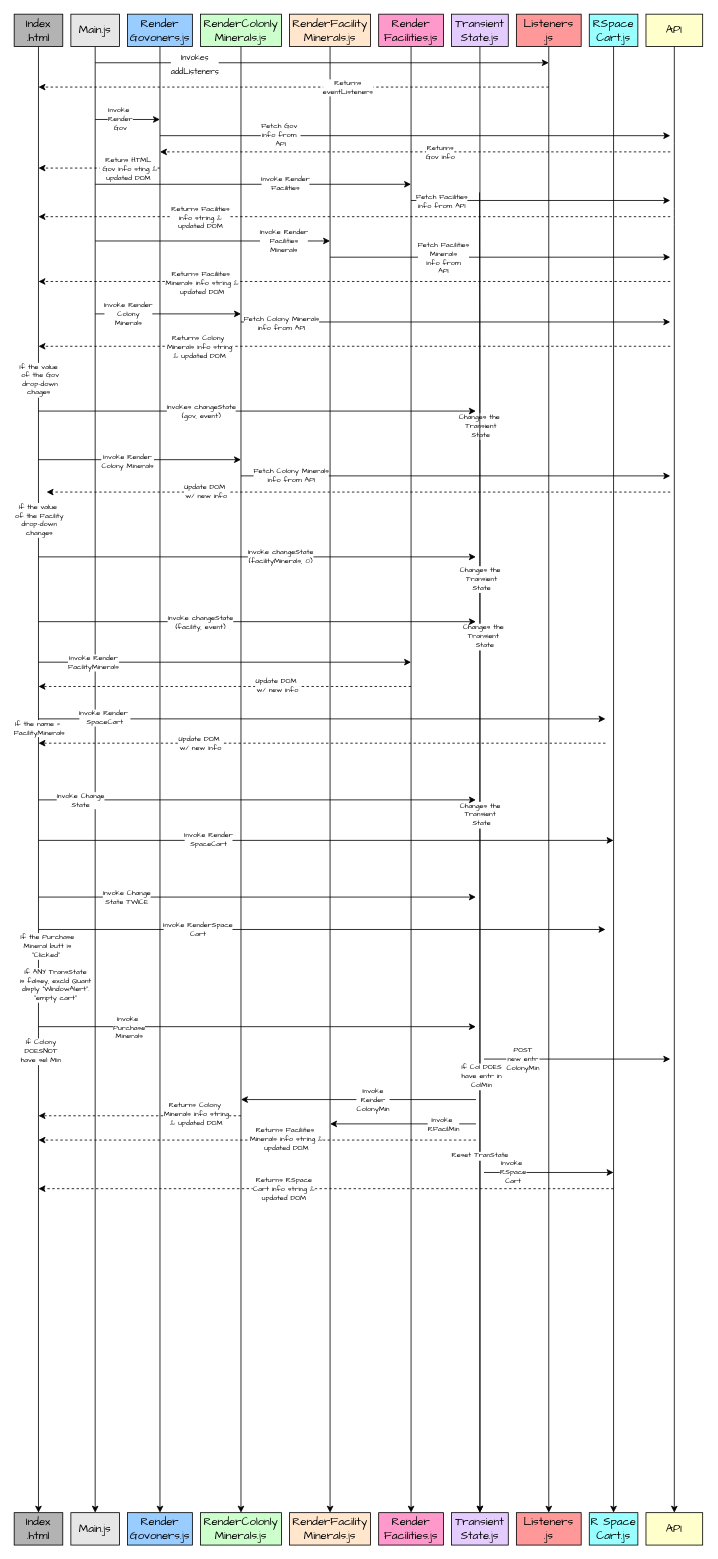
NSS-Day-Cohort-73/Exomine-client-rexuby keeps this draw.io diagram as scripts/SeqDiagram.drawio. Above is the earlier version. Source tidied: cells renumbered, new cells numbered last; positions are measured from the earlier drawing's top-left corner, leaving out a move shared by most shapes. Both pictures are drawn from the tidied source at 81%, with x=0, y=0 at pixel (14, 14).
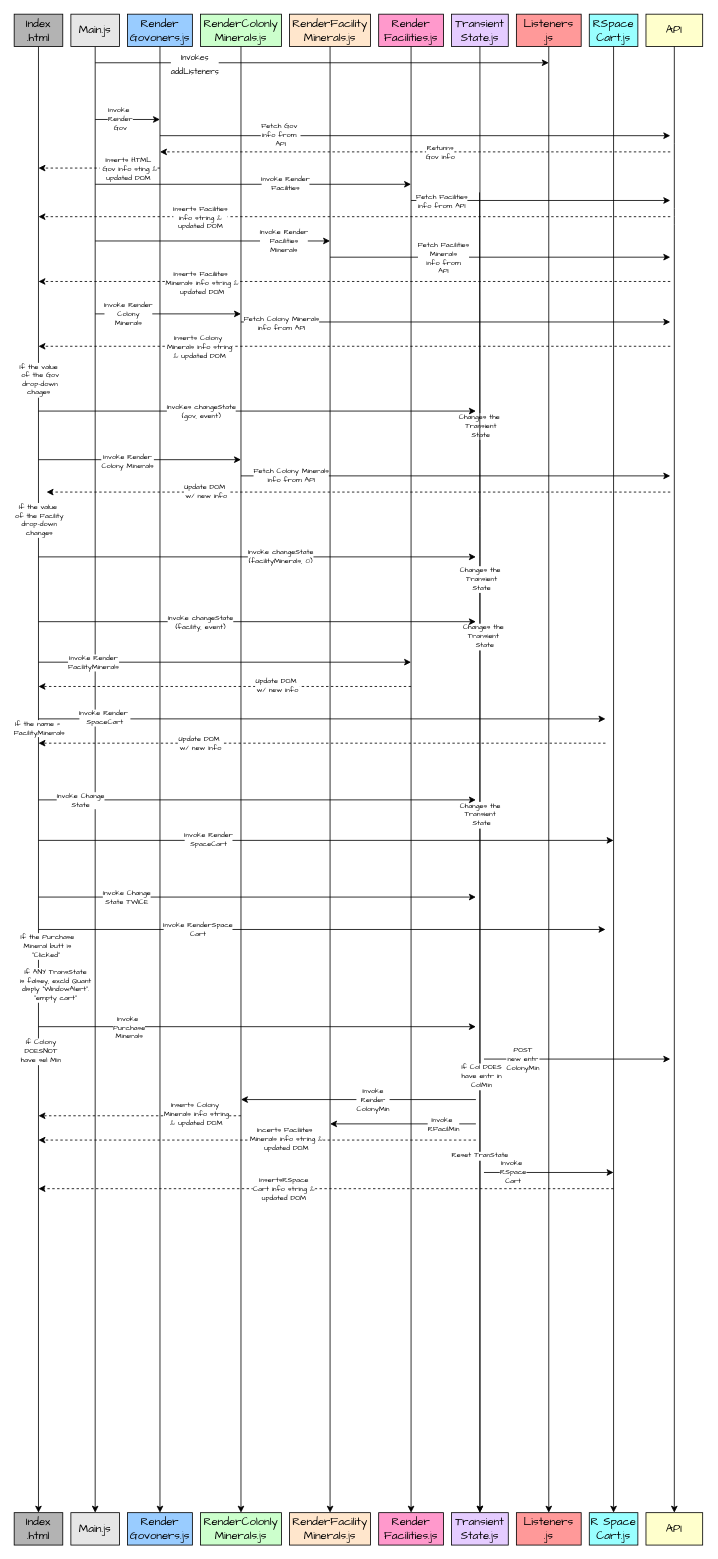
The same page after the edit.

Commit message (it also covers changes not shown here):
RenderFacilities module done

Unchanged cells that the change refers to:
```xml
<mxCell id="49" style="edgeStyle=none;orthogonalLoop=1;jettySize=auto;html=1;fontFamily=Comic Sans MS;fontSize=9;dashed=1;" parent="1" edge="1">
  <mxGeometry relative="1" as="geometry">
    <mxPoint x="180" y="190" as="sourcePoint" />
    <mxPoint x="30" y="190" as="targetPoint" />
  </mxGeometry>
</mxCell>
<mxCell id="55" style="edgeStyle=none;orthogonalLoop=1;jettySize=auto;html=1;dashed=1;fontFamily=Comic Sans MS;fontSize=9;" parent="1" edge="1">
  <mxGeometry relative="1" as="geometry">
    <mxPoint x="810" y="250" as="sourcePoint" />
    <mxPoint x="30" y="250" as="targetPoint" />
  </mxGeometry>
</mxCell>
<mxCell id="61" style="edgeStyle=none;orthogonalLoop=1;jettySize=auto;html=1;fontFamily=Comic Sans MS;fontSize=9;dashed=1;" parent="1" edge="1">
  <mxGeometry relative="1" as="geometry">
    <mxPoint x="810" y="330" as="sourcePoint" />
    <mxPoint x="30" y="330" as="targetPoint" />
  </mxGeometry>
</mxCell>
<mxCell id="67" style="edgeStyle=none;orthogonalLoop=1;jettySize=auto;html=1;fontFamily=Comic Sans MS;fontSize=9;dashed=1;" parent="1" edge="1">
  <mxGeometry relative="1" as="geometry">
    <mxPoint x="810" y="410" as="sourcePoint" />
    <mxPoint x="30" y="410" as="targetPoint" />
  </mxGeometry>
</mxCell>
<mxCell id="109" style="edgeStyle=none;orthogonalLoop=1;jettySize=auto;html=1;fontFamily=Comic Sans MS;fontSize=9;dashed=1;" parent="1" edge="1">
  <mxGeometry relative="1" as="geometry">
    <mxPoint x="280" y="1360" as="sourcePoint" />
    <mxPoint x="30" y="1360" as="targetPoint" />
  </mxGeometry>
</mxCell>
<mxCell id="113" style="edgeStyle=none;orthogonalLoop=1;jettySize=auto;html=1;fontFamily=Comic Sans MS;fontSize=9;dashed=1;" parent="1" edge="1">
  <mxGeometry relative="1" as="geometry">
    <mxPoint x="570" y="1390" as="sourcePoint" />
    <mxPoint x="30" y="1390" as="targetPoint" />
  </mxGeometry>
</mxCell>
<mxCell id="117" style="edgeStyle=none;orthogonalLoop=1;jettySize=auto;html=1;fontFamily=Comic Sans MS;fontSize=9;dashed=1;" parent="1" edge="1">
  <mxGeometry relative="1" as="geometry">
    <mxPoint x="740" y="1450" as="sourcePoint" />
    <mxPoint x="30" y="1450" as="targetPoint" />
  </mxGeometry>
</mxCell>
```

What changed in the source:
```diff
@@
-    <mxCell id="41" style="edgeStyle=none;orthogonalLoop=1;jettySize=auto;html=1;fontFamily=Comic Sans MS;fontSize=9;dashed=1;" parent="1" edge="1">
-      <mxGeometry relative="1" as="geometry">
-        <mxPoint x="660" y="90" as="sourcePoint" />
-        <mxPoint x="30" y="90" as="targetPoint" />
-      </mxGeometry>
-    </mxCell>
-    <mxCell id="42" value="Returns&lt;br&gt;eventListeners" style="edgeLabel;html=1;align=center;verticalAlign=middle;fontSize=9;fontFamily=Comic Sans MS;" parent="41" vertex="1">
-      <mxGeometry x="-0.15" relative="1" as="geometry">
-        <mxPoint x="19" as="offset" />
-      </mxGeometry>
-    </mxCell>
@@
-    <mxCell id="50" value="Retuns HTML&lt;br&gt;&amp;nbsp;Gov info sting &amp;amp;&lt;br&gt;updated DOM" style="edgeLabel;html=1;align=center;verticalAlign=middle;fontSize=9;fontFamily=Comic Sans MS;" parent="49" vertex="1">
+    <mxCell id="50" value="Inserts HTML&lt;br&gt;&amp;nbsp;Gov info sting &amp;amp;&lt;br&gt;updated DOM" style="edgeLabel;html=1;align=center;verticalAlign=middle;fontSize=9;fontFamily=Comic Sans MS;" parent="49" vertex="1">
       <mxGeometry x="0.5" y="1" relative="1" as="geometry">
         <mxPoint x="73" as="offset" />
       </mxGeometry>
     </mxCell>
@@
-    <mxCell id="56" value="Returns Facilities&lt;br&gt;info string &amp;amp;&lt;br&gt;updated DOM" style="edgeLabel;html=1;align=center;verticalAlign=middle;fontSize=9;fontFamily=Comic Sans MS;" parent="55" vertex="1">
+    <mxCell id="56" value="Inserts Facilities&lt;br&gt;info string &amp;amp;&lt;br&gt;updated DOM" style="edgeLabel;html=1;align=center;verticalAlign=middle;fontSize=9;fontFamily=Comic Sans MS;" parent="55" vertex="1">
       <mxGeometry x="0.52" y="1" relative="1" as="geometry">
         <mxPoint x="12" as="offset" />
       </mxGeometry>
     </mxCell>
@@
-    <mxCell id="62" value="Returns Faciliites&amp;nbsp;&lt;br&gt;Minerals info string &amp;amp;&lt;br&gt;updated DOM" style="edgeLabel;html=1;align=center;verticalAlign=middle;fontSize=9;fontFamily=Comic Sans MS;" parent="61" vertex="1">
+    <mxCell id="62" value="Inserts Faciliites&amp;nbsp;&lt;br&gt;Minerals info string &amp;amp;&lt;br&gt;updated DOM" style="edgeLabel;html=1;align=center;verticalAlign=middle;fontSize=9;fontFamily=Comic Sans MS;" parent="61" vertex="1">
       <mxGeometry x="0.51" y="2" relative="1" as="geometry">
         <mxPoint x="10" as="offset" />
       </mxGeometry>
     </mxCell>
@@
-    <mxCell id="68" value="Returns Colony&amp;nbsp;&lt;br&gt;Minerals info string&lt;br&gt;&amp;amp; updated DOM" style="edgeLabel;html=1;align=center;verticalAlign=middle;fontSize=9;fontFamily=Comic Sans MS;" parent="67" vertex="1">
+    <mxCell id="68" value="Inserts Colony&amp;nbsp;&lt;br&gt;Minerals info string&lt;br&gt;&amp;amp; updated DOM" style="edgeLabel;html=1;align=center;verticalAlign=middle;fontSize=9;fontFamily=Comic Sans MS;" parent="67" vertex="1">
       <mxGeometry x="0.51" y="1" relative="1" as="geometry">
         <mxPoint x="7" as="offset" />
       </mxGeometry>
     </mxCell>
@@
-    <mxCell id="110" value="Returns Colony&amp;nbsp;&lt;br style=&quot;border-color: var(--border-color);&quot;&gt;Minerals info string&lt;br style=&quot;border-color: var(--border-color);&quot;&gt;&amp;amp; updated DOM" style="edgeLabel;html=1;align=center;verticalAlign=middle;fontSize=9;fontFamily=Comic Sans MS;" parent="109" vertex="1">
+    <mxCell id="110" value="Inserts Colony&amp;nbsp;&lt;br style=&quot;border-color: var(--border-color);&quot;&gt;Minerals info string&lt;br style=&quot;border-color: var(--border-color);&quot;&gt;&amp;amp; updated DOM" style="edgeLabel;html=1;align=center;verticalAlign=middle;fontSize=9;fontFamily=Comic Sans MS;" parent="109" vertex="1">
       <mxGeometry x="-0.55" y="-2" relative="1" as="geometry" />
     </mxCell>
@@
-    <mxCell id="114" value="Returns Faciliites&amp;nbsp;&lt;br style=&quot;border-color: var(--border-color);&quot;&gt;Minerals info string &amp;amp;&lt;br style=&quot;border-color: var(--border-color);&quot;&gt;updated DOM" style="edgeLabel;html=1;align=center;verticalAlign=middle;fontSize=9;fontFamily=Comic Sans MS;" parent="113" vertex="1">
+    <mxCell id="114" value="Incerts Faciliites&amp;nbsp;&lt;br style=&quot;border-color: var(--border-color);&quot;&gt;Minerals info string &amp;amp;&lt;br style=&quot;border-color: var(--border-color);&quot;&gt;updated DOM" style="edgeLabel;html=1;align=center;verticalAlign=middle;fontSize=9;fontFamily=Comic Sans MS;" parent="113" vertex="1">
       <mxGeometry x="-0.13" y="-1" relative="1" as="geometry" />
     </mxCell>
@@
-    <mxCell id="118" value="Returns RSpace&lt;br style=&quot;border-color: var(--border-color);&quot;&gt;Cart info string &amp;amp;&lt;br style=&quot;border-color: var(--border-color);&quot;&gt;updated DOM" style="edgeLabel;html=1;align=center;verticalAlign=middle;fontSize=9;fontFamily=Comic Sans MS;" parent="117" vertex="1">
+    <mxCell id="118" value="InsertsRSpace&lt;br style=&quot;border-color: var(--border-color);&quot;&gt;Cart info string &amp;amp;&lt;br style=&quot;border-color: var(--border-color);&quot;&gt;updated DOM" style="edgeLabel;html=1;align=center;verticalAlign=middle;fontSize=9;fontFamily=Comic Sans MS;" parent="117" vertex="1">
       <mxGeometry x="0.15" relative="1" as="geometry" />
     </mxCell>
```
